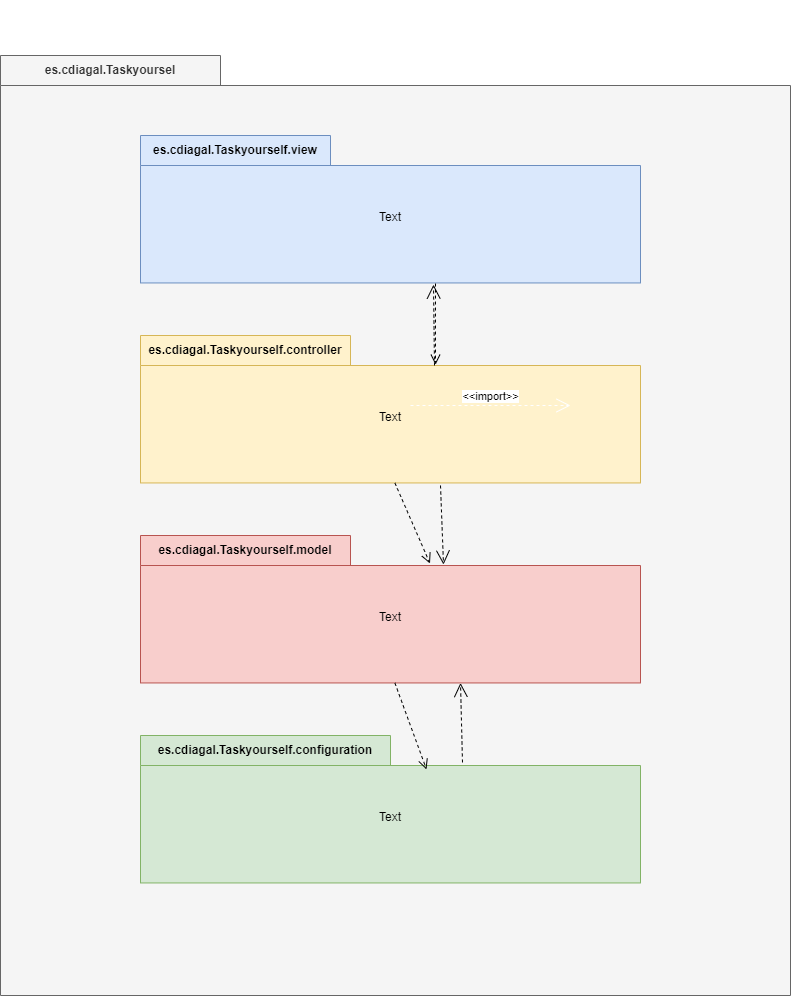
The draw.io diagram docs/disenio/diagramas/diagrama_de_paquetes.drawio.png in Cdiagal/app-project, before a commit. Source tidied: cells renumbered, new cells last; positions are measured from the earlier drawing's top-left corner, leaving out a move shared by most shapes.
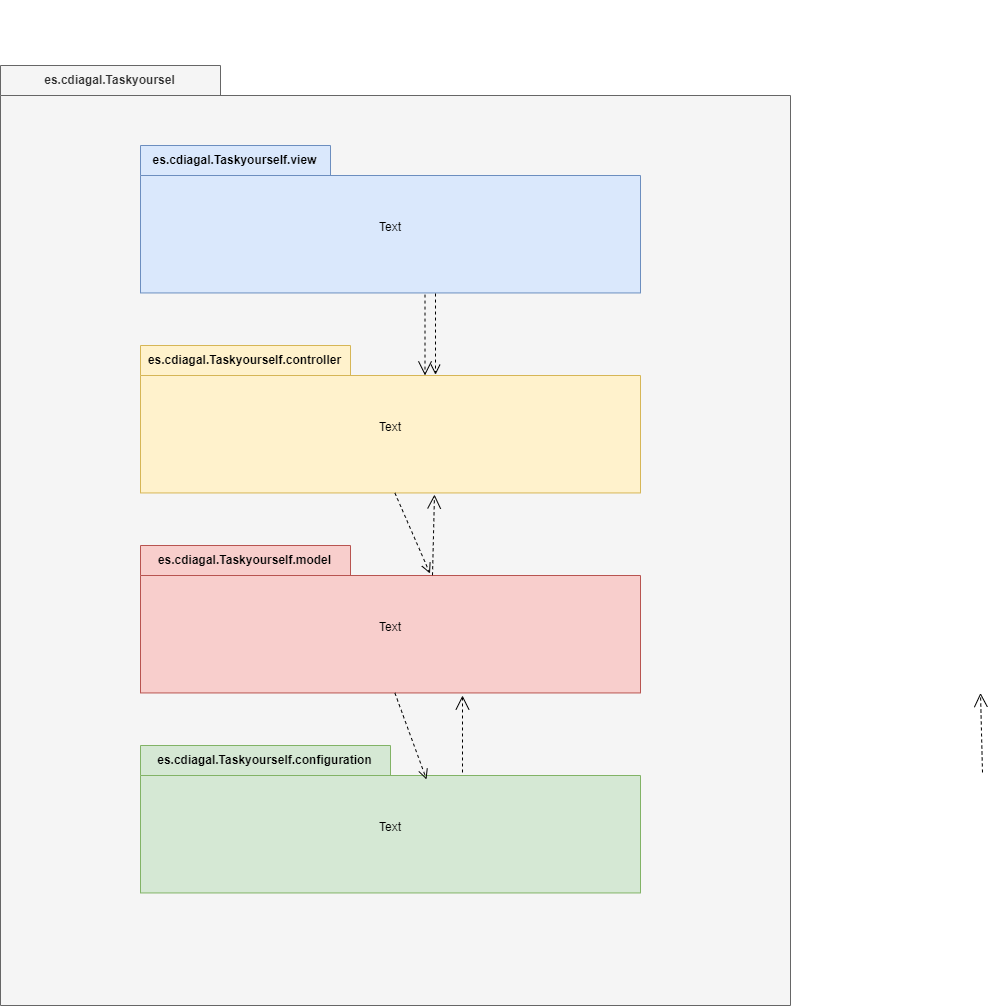
Later version of the same file.

Diff of the diagram source:
```diff
@@ -3,7 +3,7 @@
     <mxCell id="0" />
     <mxCell id="1" parent="0" />
     <mxCell id="2" value="es.cdiagal.Taskyoursel" style="shape=folder;fontStyle=1;tabWidth=220;tabHeight=30;tabPosition=left;html=1;boundedLbl=1;labelInHeader=1;whiteSpace=wrap;fillColor=#f5f5f5;fontColor=#333333;strokeColor=#666666;" parent="1" vertex="1">
-      <mxGeometry y="55" width="790" height="940" as="geometry" />
+      <mxGeometry x="-510" y="65" width="790" height="940" as="geometry" />
     </mxCell>
     <mxCell id="3" style="html=1;strokeColor=none;fillColor=none;whiteSpace=wrap;" parent="2" vertex="1">
       <mxGeometry width="790" height="658" relative="1" as="geometry">
@@ -42,12 +42,6 @@
         <mxPoint y="30" as="offset" />
       </mxGeometry>
     </mxCell>
-    <mxCell id="12" value="&amp;lt;&amp;lt;import&amp;gt;&amp;gt;" style="edgeStyle=none;html=1;endArrow=open;endSize=12;dashed=1;verticalAlign=bottom;strokeColor=#FFFFFF;fontColor=#000000;" parent="10" edge="1">
-      <mxGeometry relative="1" as="geometry">
-        <mxPoint x="270" y="70" as="sourcePoint" />
-        <mxPoint x="430" y="70" as="targetPoint" />
-      </mxGeometry>
-    </mxCell>
     <mxCell id="13" style="endArrow=open;startArrow=none;endFill=0;startFill=0;endSize=8;html=1;verticalAlign=bottom;dashed=1;labelBackgroundColor=none;rounded=0;exitX=0.59;exitY=1.004;exitDx=0;exitDy=0;exitPerimeter=0;entryX=0.59;entryY=0.198;entryDx=0;entryDy=0;entryPerimeter=0;" parent="2" edge="1" source="4" target="10">
       <mxGeometry relative="1" as="geometry" />
     </mxCell>
@@ -61,21 +55,27 @@
         <mxPoint x="394.4" y="427.4" as="sourcePoint" />
       </mxGeometry>
     </mxCell>
-    <mxCell id="16" style="edgeStyle=none;html=1;endArrow=open;endSize=12;dashed=1;verticalAlign=bottom;fontColor=#000000;exitX=0.644;exitY=0.183;exitDx=0;exitDy=0;exitPerimeter=0;entryX=0.616;entryY=1.004;entryDx=0;entryDy=0;entryPerimeter=0;strokeColor=#000000;" parent="2" edge="1" source="6">
+    <mxCell id="16" style="edgeStyle=none;html=1;endArrow=open;endSize=12;dashed=1;verticalAlign=bottom;fontColor=#000000;exitX=0.644;exitY=0.183;exitDx=0;exitDy=0;exitPerimeter=0;strokeColor=#000000;" parent="2" edge="1" source="6">
       <mxGeometry relative="1" as="geometry">
-        <mxPoint x="460" y="627.4" as="targetPoint" />
+        <mxPoint x="462" y="630" as="targetPoint" />
       </mxGeometry>
     </mxCell>
-    <mxCell id="17" style="edgeStyle=none;html=1;endArrow=open;endSize=12;dashed=1;verticalAlign=bottom;fontColor=#000000;strokeColor=#000000;entryX=0.586;entryY=1.011;entryDx=0;entryDy=0;entryPerimeter=0;" parent="2" edge="1" target="4">
-      <mxGeometry relative="1" as="geometry">
-        <mxPoint x="434" y="310" as="sourcePoint" />
-      </mxGeometry>
+    <mxCell id="17" style="edgeStyle=none;html=1;endArrow=open;endSize=12;dashed=1;verticalAlign=bottom;fontColor=#000000;strokeColor=#000000;exitX=0.569;exitY=1.011;exitDx=0;exitDy=0;exitPerimeter=0;entryX=0.569;entryY=0.203;entryDx=0;entryDy=0;entryPerimeter=0;" parent="2" edge="1" source="4" target="10">
+      <mxGeometry relative="1" as="geometry" />
     </mxCell>
-    <mxCell id="18" style="edgeStyle=none;html=1;endArrow=open;endSize=12;dashed=1;verticalAlign=bottom;fontColor=#000000;strokeColor=#000000;entryX=0.606;entryY=0.197;entryDx=0;entryDy=0;entryPerimeter=0;exitX=0.6;exitY=1.017;exitDx=0;exitDy=0;exitPerimeter=0;" parent="2" edge="1" source="10" target="8">
-      <mxGeometry relative="1" as="geometry" />
-    </mxCell>
+    <mxCell id="20" style="edgeStyle=none;html=1;endArrow=open;endSize=12;dashed=1;verticalAlign=bottom;fontColor=#000000;exitX=0.644;exitY=0.183;exitDx=0;exitDy=0;exitPerimeter=0;entryX=0.588;entryY=1.011;entryDx=0;entryDy=0;entryPerimeter=0;strokeColor=#000000;" parent="2" edge="1" target="10">
+      <mxGeometry relative="1" as="geometry">
+        <mxPoint x="432" y="509.8" as="sourcePoint" />
+      </mxGeometry>
+    </mxCell>
     <mxCell id="19" value="&lt;font color=&quot;#ffffff&quot;&gt;es.cdiagal.Taskyourself(&lt;/font&gt;" style="text;html=1;align=center;verticalAlign=middle;strokeColor=none;fillColor=none;fontColor=#000000;" parent="1" vertex="1">
       <mxGeometry x="268" width="150" height="30" as="geometry" />
     </mxCell>
+    <mxCell id="21" style="edgeStyle=none;html=1;endArrow=open;endSize=12;dashed=1;verticalAlign=bottom;fontColor=#000000;exitX=0.644;exitY=0.183;exitDx=0;exitDy=0;exitPerimeter=0;entryX=0.616;entryY=1.004;entryDx=0;entryDy=0;entryPerimeter=0;strokeColor=#000000;" parent="1" edge="1">
+      <mxGeometry relative="1" as="geometry">
+        <mxPoint x="472" y="772" as="sourcePoint" />
+        <mxPoint x="470" y="692.4" as="targetPoint" />
+      </mxGeometry>
+    </mxCell>
   </root>
 </mxGraphModel>
```
